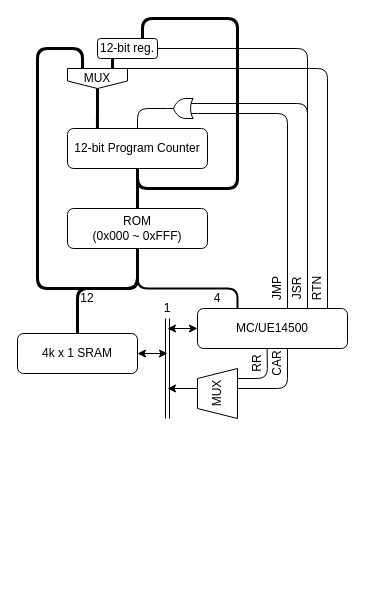
Before: Reference/Arch_7.drawio in Nakazoto/UETTL, a draw.io diagram. Source tidied: cells renumbered, new cells numbered last; positions are measured from the earlier drawing's top-left corner, leaving out a move shared by most shapes. Both pictures are drawn from the tidied source at 100%, with x=0, y=0 at pixel (17, 18).
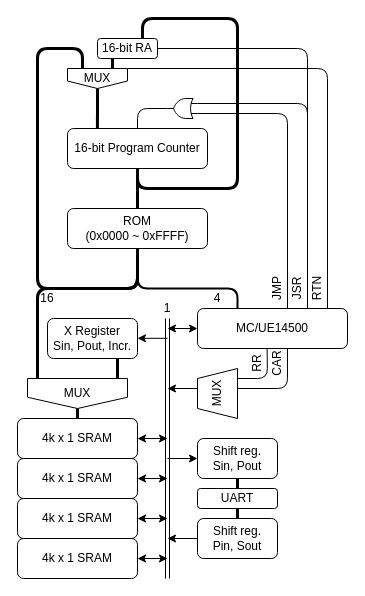
After the change.

The edit, as a diff of the source:
```diff
@@
-    <mxCell id="2" value="ROM&lt;br&gt;(0x000 ~ 0xFFF)" style="rounded=1;whiteSpace=wrap;html=1;" parent="1" vertex="1">
+    <mxCell id="2" value="ROM&lt;br&gt;(0x0000 ~ 0xFFFF)" style="rounded=1;whiteSpace=wrap;html=1;" parent="1" vertex="1">
       <mxGeometry x="50" y="190" width="140" height="40" as="geometry" />
     </mxCell>
@@
-    <mxCell id="5" style="endArrow=none;html=1;strokeWidth=3;exitX=0.5;exitY=0;exitDx=0;exitDy=0;entryX=0.5;entryY=1;entryDx=0;entryDy=0;" parent="1" edge="1" source="8" target="2">
+    <mxCell id="5" style="endArrow=none;html=1;strokeWidth=3;entryX=0.5;entryY=1;entryDx=0;entryDy=0;" parent="1" edge="1" target="2">
       <mxGeometry relative="1" as="geometry">
+        <mxPoint x="20" y="360" as="sourcePoint" />
         <Array as="points">
-          <mxPoint x="60" y="270" />
+          <mxPoint x="20" y="270" />
           <mxPoint x="120" y="270" />
         </Array>
       </mxGeometry>
     </mxCell>
@@
-    <mxCell id="7" value="12" style="text;html=1;strokeColor=none;fillColor=none;align=center;verticalAlign=middle;whiteSpace=wrap;rounded=0;" parent="1" vertex="1">
-      <mxGeometry x="50" y="270" width="40" height="20" as="geometry" />
+    <mxCell id="7" value="16" style="text;html=1;strokeColor=none;fillColor=none;align=center;verticalAlign=middle;whiteSpace=wrap;rounded=0;" parent="1" vertex="1">
+      <mxGeometry x="10" y="270" width="40" height="20" as="geometry" />
     </mxCell>
     <mxCell id="8" value="4k x 1 SRAM" style="rounded=1;whiteSpace=wrap;html=1;" parent="1" vertex="1">
-      <mxGeometry y="315" width="120" height="40" as="geometry" />
+      <mxGeometry y="400" width="120" height="40" as="geometry" />
     </mxCell>
     <mxCell id="9" style="shape=link;html=1;strokeWidth=1;" parent="1" edge="1">
       <mxGeometry relative="1" as="geometry">
         <mxPoint x="150" y="300" as="sourcePoint" />
-        <mxPoint x="150" y="400" as="targetPoint" />
+        <mxPoint x="150" y="560" as="targetPoint" />
       </mxGeometry>
     </mxCell>
@@
-    <mxCell id="11" value="12-bit Program Counter" style="rounded=1;whiteSpace=wrap;html=1;" parent="1" vertex="1">
+    <mxCell id="11" value="16-bit Program Counter" style="rounded=1;whiteSpace=wrap;html=1;" parent="1" vertex="1">
       <mxGeometry x="50" y="110" width="140" height="40" as="geometry" />
     </mxCell>
@@
     <mxCell id="21" style="endArrow=classic;startArrow=classic;html=1;strokeWidth=1;entryX=0;entryY=0.5;entryDx=0;entryDy=0;" parent="1" edge="1">
       <mxGeometry relative="1" as="geometry">
-        <mxPoint x="120" y="335" as="sourcePoint" />
-        <mxPoint x="150" y="335" as="targetPoint" />
+        <mxPoint x="120" y="420" as="sourcePoint" />
+        <mxPoint x="150" y="420" as="targetPoint" />
       </mxGeometry>
     </mxCell>
@@
-    <mxCell id="24" value="12-bit reg." style="rounded=1;whiteSpace=wrap;html=1;" parent="1" vertex="1">
+    <mxCell id="24" value="16-bit RA" style="rounded=1;whiteSpace=wrap;html=1;" parent="1" vertex="1">
       <mxGeometry x="80" y="20" width="60" height="20" as="geometry" />
     </mxCell>
@@
+    <mxCell id="36" value="4k x 1 SRAM" style="rounded=1;whiteSpace=wrap;html=1;" parent="1" vertex="1">
+      <mxGeometry y="440" width="120" height="40" as="geometry" />
+    </mxCell>
+    <mxCell id="37" style="endArrow=classic;startArrow=classic;html=1;strokeWidth=1;entryX=0;entryY=0.5;entryDx=0;entryDy=0;" parent="1" edge="1">
+      <mxGeometry relative="1" as="geometry">
+        <mxPoint x="120" y="460" as="sourcePoint" />
+        <mxPoint x="150" y="460" as="targetPoint" />
+      </mxGeometry>
+    </mxCell>
+    <mxCell id="38" value="4k x 1 SRAM" style="rounded=1;whiteSpace=wrap;html=1;" parent="1" vertex="1">
+      <mxGeometry y="480" width="120" height="40" as="geometry" />
+    </mxCell>
+    <mxCell id="39" style="endArrow=classic;startArrow=classic;html=1;strokeWidth=1;entryX=0;entryY=0.5;entryDx=0;entryDy=0;" parent="1" edge="1">
+      <mxGeometry relative="1" as="geometry">
+        <mxPoint x="120" y="500" as="sourcePoint" />
+        <mxPoint x="150" y="500" as="targetPoint" />
+      </mxGeometry>
+    </mxCell>
+    <mxCell id="40" value="4k x 1 SRAM" style="rounded=1;whiteSpace=wrap;html=1;" parent="1" vertex="1">
+      <mxGeometry y="520" width="120" height="40" as="geometry" />
+    </mxCell>
+    <mxCell id="41" style="endArrow=classic;startArrow=classic;html=1;strokeWidth=1;entryX=0;entryY=0.5;entryDx=0;entryDy=0;" parent="1" edge="1">
+      <mxGeometry relative="1" as="geometry">
+        <mxPoint x="120" y="540" as="sourcePoint" />
+        <mxPoint x="150" y="540" as="targetPoint" />
+      </mxGeometry>
+    </mxCell>
+    <mxCell id="42" value="X Register&lt;br&gt;Sin, Pout, Incr." style="rounded=1;whiteSpace=wrap;html=1;" parent="1" vertex="1">
+      <mxGeometry x="30" y="300" width="90" height="40" as="geometry" />
+    </mxCell>
+    <mxCell id="43" style="endArrow=classic;html=1;strokeWidth=1;" parent="1" edge="1">
+      <mxGeometry relative="1" as="geometry">
+        <mxPoint x="150" y="319.8" as="sourcePoint" />
+        <mxPoint x="120" y="319.8" as="targetPoint" />
+      </mxGeometry>
+    </mxCell>
+    <mxCell id="44" value="MUX" style="shape=offPageConnector;whiteSpace=wrap;html=1;" parent="1" vertex="1">
+      <mxGeometry x="10" y="360" width="100" height="30" as="geometry" />
+    </mxCell>
+    <mxCell id="45" style="endArrow=none;html=1;rounded=0;entryX=0.5;entryY=1;entryDx=0;entryDy=0;strokeWidth=3;" parent="1" edge="1" source="8" target="44">
+      <mxGeometry relative="1" as="geometry" />
+    </mxCell>
+    <mxCell id="46" style="endArrow=none;html=1;rounded=0;strokeWidth=3;" parent="1" edge="1">
+      <mxGeometry relative="1" as="geometry">
+        <mxPoint x="100" y="360" as="sourcePoint" />
+        <mxPoint x="100" y="340" as="targetPoint" />
+      </mxGeometry>
+    </mxCell>
+    <mxCell id="47" value="Shift reg.&lt;br&gt;Sin, Pout" style="rounded=1;whiteSpace=wrap;html=1;" parent="1" vertex="1">
+      <mxGeometry x="180" y="420" width="80" height="40" as="geometry" />
+    </mxCell>
+    <mxCell id="48" value="Shift reg.&lt;br&gt;Pin, Sout" style="rounded=1;whiteSpace=wrap;html=1;" parent="1" vertex="1">
+      <mxGeometry x="180" y="500" width="80" height="40" as="geometry" />
+    </mxCell>
+    <mxCell id="49" value="UART" style="rounded=1;whiteSpace=wrap;html=1;" parent="1" vertex="1">
+      <mxGeometry x="180" y="470" width="80" height="20" as="geometry" />
+    </mxCell>
+    <mxCell id="50" style="endArrow=none;html=1;strokeWidth=3;entryX=0.5;entryY=1;entryDx=0;entryDy=0;exitX=0.5;exitY=0;exitDx=0;exitDy=0;" parent="1" edge="1" source="49" target="47">
+      <mxGeometry relative="1" as="geometry" />
+    </mxCell>
+    <mxCell id="51" style="endArrow=classic;html=1;strokeWidth=1;entryX=0;entryY=0.5;entryDx=0;entryDy=0;" parent="1" edge="1" target="47">
+      <mxGeometry relative="1" as="geometry">
+        <mxPoint x="150" y="440" as="sourcePoint" />
+      </mxGeometry>
+    </mxCell>
+    <mxCell id="52" style="endArrow=classic;html=1;strokeWidth=1;" parent="1" edge="1" source="48">
+      <mxGeometry relative="1" as="geometry">
+        <mxPoint x="150" y="520" as="targetPoint" />
+      </mxGeometry>
+    </mxCell>
+    <mxCell id="53" style="endArrow=none;html=1;strokeWidth=3;entryX=0.5;entryY=0;entryDx=0;entryDy=0;" parent="1" edge="1" target="48">
+      <mxGeometry relative="1" as="geometry">
+        <mxPoint x="220" y="490" as="sourcePoint" />
+      </mxGeometry>
+    </mxCell>
```
